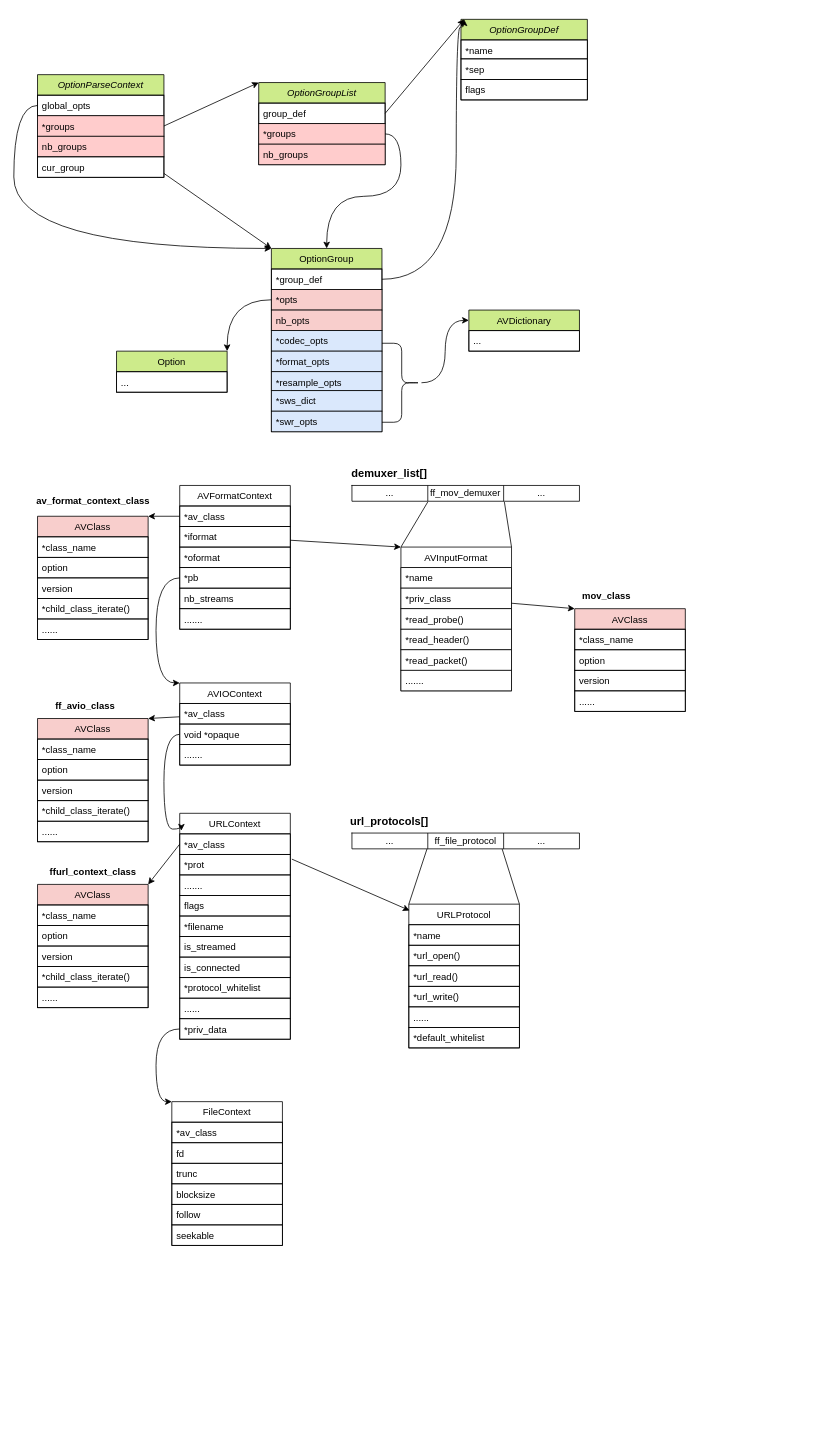
This is ffmpeg.drawio from qiaoshouxing/draw.io, a draw.io file, before an edit. Source tidied: cells renumbered, new cells numbered last; positions are measured from the earlier drawing's top-left corner, leaving out a move shared by most shapes. Both pictures are drawn from the tidied source at 79%, with x=0, y=0 at pixel (13, 19).
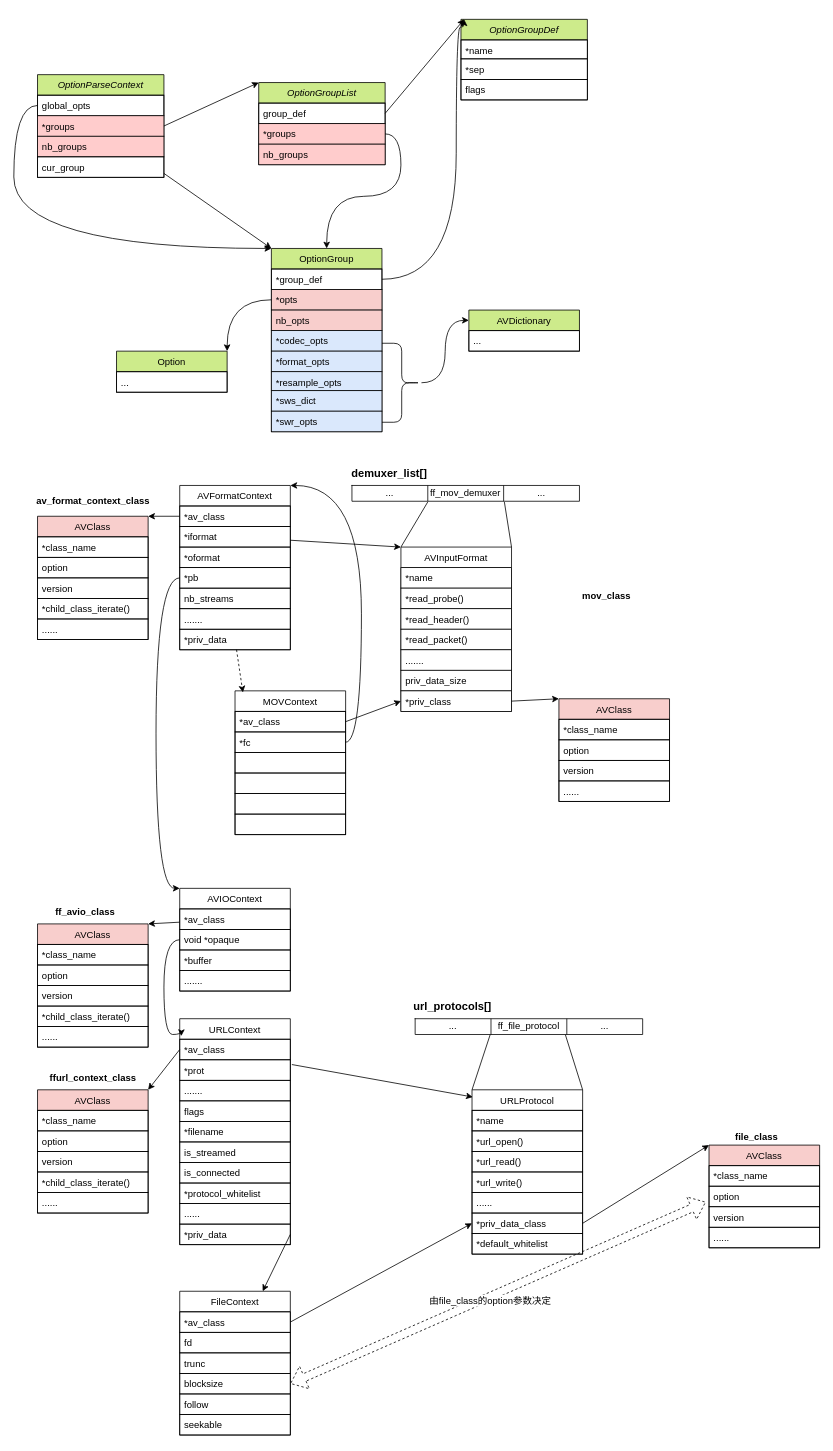
After the change.

Unchanged cells that the change refers to:
```xml
<mxCell id="47" value="*priv_data" style="text;fillColor=none;align=left;verticalAlign=top;spacingLeft=4;spacingRight=4;overflow=hidden;points=[[0,0.5],[1,0.5]];portConstraint=eastwest;strokeColor=#000000;" parent="37" vertex="1">
  <mxGeometry y="260" width="140" height="26" as="geometry" />
</mxCell>
<mxCell id="65" value="void *opaque" style="text;fillColor=none;align=left;verticalAlign=top;spacingLeft=4;spacingRight=4;overflow=hidden;points=[[0,0.5],[1,0.5]];portConstraint=eastwest;strokeColor=#000000;" parent="63" vertex="1">
  <mxGeometry y="52" width="140" height="26" as="geometry" />
</mxCell>
<mxCell id="81" value="*pb" style="text;fillColor=none;align=left;verticalAlign=top;spacingLeft=4;spacingRight=4;overflow=hidden;points=[[0,0.5],[1,0.5]];portConstraint=eastwest;strokeColor=#000000;" parent="77" vertex="1">
  <mxGeometry y="104" width="140" height="26" as="geometry" />
</mxCell>
<mxCell id="125" value="*av_class" style="text;fillColor=none;align=left;verticalAlign=top;spacingLeft=4;spacingRight=4;overflow=hidden;points=[[0,0.5],[1,0.5]];portConstraint=eastwest;strokeColor=#000000;" parent="124" vertex="1">
  <mxGeometry y="26" width="140" height="26" as="geometry" />
</mxCell>
<mxCell id="128" value="blocksize" style="text;fillColor=none;align=left;verticalAlign=top;spacingLeft=4;spacingRight=4;overflow=hidden;points=[[0,0.5],[1,0.5]];portConstraint=eastwest;strokeColor=#000000;" parent="124" vertex="1">
  <mxGeometry y="104" width="140" height="26" as="geometry" />
</mxCell>
```

The edit, as a diff of the source:
```diff
@@
     <mxCell id="37" value="URLContext" style="swimlane;fontStyle=0;horizontal=1;startSize=26;fillColor=none;" parent="1" vertex="1">
-      <mxGeometry x="210" y="1005" width="140" height="286" as="geometry" />
+      <mxGeometry x="210" y="1265" width="140" height="286" as="geometry" />
     </mxCell>
@@
     <mxCell id="48" value="URLProtocol" style="swimlane;fontStyle=0;horizontal=1;startSize=26;fillColor=none;" parent="1" vertex="1">
-      <mxGeometry x="500" y="1120" width="140" height="182" as="geometry" />
+      <mxGeometry x="580" y="1355" width="140" height="208" as="geometry" />
     </mxCell>
@@
+    <mxCell id="132" value="*priv_data_class" style="text;fillColor=none;align=left;verticalAlign=top;spacingLeft=4;spacingRight=4;overflow=hidden;points=[[0,0.5],[1,0.5]];portConstraint=eastwest;strokeColor=#000000;" parent="48" vertex="1">
+      <mxGeometry y="156" width="140" height="26" as="geometry" />
+    </mxCell>
     <mxCell id="54" value="*default_whitelist" style="text;fillColor=none;align=left;verticalAlign=top;spacingLeft=4;spacingRight=4;overflow=hidden;strokeColor=#000000;" parent="48" vertex="1">
-      <mxGeometry y="156" width="140" height="26" as="geometry" />
+      <mxGeometry y="182" width="140" height="26" as="geometry" />
     </mxCell>
@@
     <mxCell id="56" value="AVClass" style="swimlane;fontStyle=0;horizontal=1;startSize=26;fillColor=#f8cecc;" parent="1" vertex="1">
-      <mxGeometry x="30" y="1095" width="140" height="156" as="geometry" />
+      <mxGeometry x="30" y="1355" width="140" height="156" as="geometry" />
     </mxCell>
@@
     <mxCell id="63" value="AVIOContext" style="swimlane;fontStyle=0;horizontal=1;startSize=26;fillColor=none;" parent="1" vertex="1">
-      <mxGeometry x="210" y="840" width="140" height="104" as="geometry" />
+      <mxGeometry x="210" y="1100" width="140" height="130" as="geometry" />
     </mxCell>
@@
+    <mxCell id="133" value="*buffer" style="text;fillColor=none;align=left;verticalAlign=top;spacingLeft=4;spacingRight=4;overflow=hidden;strokeColor=#000000;" parent="63" vertex="1">
+      <mxGeometry y="78" width="140" height="26" as="geometry" />
+    </mxCell>
     <mxCell id="66" value="......." style="text;fillColor=none;align=left;verticalAlign=top;spacingLeft=4;spacingRight=4;overflow=hidden;strokeColor=#000000;" parent="63" vertex="1">
-      <mxGeometry y="78" width="140" height="26" as="geometry" />
+      <mxGeometry y="104" width="140" height="26" as="geometry" />
     </mxCell>
     <mxCell id="67" style="edgeStyle=orthogonalEdgeStyle;rounded=0;jettySize=auto;html=1;entryX=0.014;entryY=0.077;entryDx=0;entryDy=0;entryPerimeter=0;exitX=0;exitY=0.5;exitDx=0;exitDy=0;curved=1;" parent="1" edge="1" source="65" target="37">
       <mxGeometry relative="1" as="geometry">
         <Array as="points">
-          <mxPoint x="190" y="905" />
-          <mxPoint x="190" y="1025" />
+          <mxPoint x="190" y="1165" />
+          <mxPoint x="190" y="1285" />
         </Array>
       </mxGeometry>
     </mxCell>
     <mxCell id="68" value="AVClass" style="swimlane;fontStyle=0;horizontal=1;startSize=26;fillColor=#f8cecc;" parent="1" vertex="1">
-      <mxGeometry x="30" y="885" width="140" height="156" as="geometry" />
+      <mxGeometry x="30" y="1145" width="140" height="156" as="geometry" />
     </mxCell>
@@
     <mxCell id="75" value="ff_avio_class" style="text;html=1;align=center;verticalAlign=middle;fontStyle=1;" parent="1" vertex="1">
-      <mxGeometry x="45" y="860" width="90" height="20" as="geometry" />
+      <mxGeometry x="45" y="1120" width="90" height="20" as="geometry" />
     </mxCell>
     <mxCell id="76" value="ffurl_context_class" style="text;html=1;align=center;verticalAlign=middle;fontStyle=1;" parent="1" vertex="1">
-      <mxGeometry x="40" y="1070" width="120" height="20" as="geometry" />
+      <mxGeometry x="40" y="1330" width="120" height="20" as="geometry" />
     </mxCell>
     <mxCell id="77" value="AVFormatContext" style="swimlane;fontStyle=0;horizontal=1;startSize=26;fillColor=none;" parent="1" vertex="1">
-      <mxGeometry x="210" y="590" width="140" height="182" as="geometry" />
+      <mxGeometry x="210" y="590" width="140" height="208" as="geometry" />
     </mxCell>
@@
+    <mxCell id="134" value="*priv_data" style="text;fillColor=none;align=left;verticalAlign=top;spacingLeft=4;spacingRight=4;overflow=hidden;points=[[0,0.5],[1,0.5]];portConstraint=eastwest;strokeColor=#000000;" parent="77" vertex="1">
+      <mxGeometry y="182" width="140" height="26" as="geometry" />
+    </mxCell>
     <mxCell id="84" style="edgeStyle=orthogonalEdgeStyle;rounded=0;jettySize=auto;html=1;entryX=0;entryY=0;entryDx=0;entryDy=0;exitX=0;exitY=0.5;exitDx=0;exitDy=0;curved=1;" parent="1" edge="1" source="81" target="63">
       <mxGeometry relative="1" as="geometry">
         <Array as="points">
           <mxPoint x="180" y="707" />
-          <mxPoint x="180" y="840" />
+          <mxPoint x="180" y="1100" />
         </Array>
       </mxGeometry>
     </mxCell>
     <mxCell id="85" value="AVInputFormat" style="swimlane;fontStyle=0;horizontal=1;startSize=26;" parent="1" vertex="1">
-      <mxGeometry x="490" y="668" width="140" height="182" as="geometry" />
+      <mxGeometry x="490" y="668" width="140" height="208" as="geometry" />
     </mxCell>
@@
-    <mxCell id="87" value="*priv_class" style="text;align=left;verticalAlign=top;spacingLeft=4;spacingRight=4;overflow=hidden;points=[[0,0.5],[1,0.5]];portConstraint=eastwest;fillColor=#ffffff;strokeColor=#000000;" parent="85" vertex="1">
-      <mxGeometry y="52" width="140" height="26" as="geometry" />
-    </mxCell>
     <mxCell id="88" value="*read_probe()" style="text;align=left;verticalAlign=top;spacingLeft=4;spacingRight=4;overflow=hidden;fillColor=#ffffff;strokeColor=#000000;" parent="85" vertex="1">
-      <mxGeometry y="78" width="140" height="26" as="geometry" />
+      <mxGeometry y="52" width="140" height="26" as="geometry" />
     </mxCell>
     <mxCell id="89" value="*read_header()" style="text;align=left;verticalAlign=top;spacingLeft=4;spacingRight=4;overflow=hidden;fillColor=#ffffff;strokeColor=#000000;" parent="85" vertex="1">
-      <mxGeometry y="104" width="140" height="26" as="geometry" />
+      <mxGeometry y="78" width="140" height="26" as="geometry" />
     </mxCell>
     <mxCell id="90" value="*read_packet()" style="text;align=left;verticalAlign=top;spacingLeft=4;spacingRight=4;overflow=hidden;fillColor=#ffffff;strokeColor=#000000;" parent="85" vertex="1">
-      <mxGeometry y="130" width="140" height="26" as="geometry" />
+      <mxGeometry y="104" width="140" height="26" as="geometry" />
     </mxCell>
     <mxCell id="91" value="......." style="text;align=left;verticalAlign=top;spacingLeft=4;spacingRight=4;overflow=hidden;fillColor=#ffffff;strokeColor=#000000;" parent="85" vertex="1">
-      <mxGeometry y="156" width="140" height="26" as="geometry" />
+      <mxGeometry y="130" width="140" height="26" as="geometry" />
     </mxCell>
+    <mxCell id="135" value="priv_data_size" style="text;align=left;verticalAlign=top;spacingLeft=4;spacingRight=4;overflow=hidden;fillColor=#ffffff;strokeColor=#000000;" parent="85" vertex="1">
+      <mxGeometry y="156" width="140" height="26" as="geometry" />
+    </mxCell>
+    <mxCell id="87" value="*priv_class" style="text;align=left;verticalAlign=top;spacingLeft=4;spacingRight=4;overflow=hidden;points=[[0,0.5],[1,0.5]];portConstraint=eastwest;fillColor=#ffffff;strokeColor=#000000;" parent="85" vertex="1">
+      <mxGeometry y="182" width="140" height="26" as="geometry" />
+    </mxCell>
@@
     <mxCell id="93" value="AVClass" style="swimlane;fontStyle=0;horizontal=1;startSize=26;fillColor=#f8cecc;" parent="1" vertex="1">
-      <mxGeometry x="710" y="746" width="140" height="130" as="geometry" />
+      <mxGeometry x="690" y="860" width="140" height="130" as="geometry" />
     </mxCell>
@@
-    <mxCell id="98" style="edgeStyle=none;rounded=0;jettySize=auto;html=1;entryX=0;entryY=0;entryDx=0;entryDy=0;" parent="1" edge="1" source="87" target="93">
+    <mxCell id="98" style="edgeStyle=none;rounded=0;jettySize=auto;html=1;entryX=0;entryY=0;entryDx=0;entryDy=0;exitX=1;exitY=0.5;exitDx=0;exitDy=0;" parent="1" edge="1" source="87" target="93">
       <mxGeometry relative="1" as="geometry" />
     </mxCell>
@@
     <mxCell id="116" style="shape=table;html=1;whiteSpace=wrap;startSize=0;childLayout=tableLayout;fillColor=#ffffff;" parent="1" vertex="1">
-      <mxGeometry x="428" y="1030" width="288" height="20" as="geometry" />
+      <mxGeometry x="508" y="1265" width="288" height="20" as="geometry" />
     </mxCell>
@@
     <mxCell id="121" value="url_protocols[]" style="text;html=1;align=center;verticalAlign=middle;fontStyle=1;fontSize=14;" parent="1" vertex="1">
-      <mxGeometry x="420" y="1005" width="110" height="20" as="geometry" />
+      <mxGeometry x="500" y="1240" width="110" height="20" as="geometry" />
     </mxCell>
@@
     <mxCell id="124" value="FileContext" style="swimlane;fontStyle=0;horizontal=1;startSize=26;fillColor=none;" parent="1" vertex="1">
-      <mxGeometry x="200" y="1370" width="140" height="182" as="geometry" />
+      <mxGeometry x="210" y="1610" width="140" height="182" as="geometry" />
     </mxCell>
@@
+    <mxCell id="136" value="AVClass" style="swimlane;fontStyle=0;horizontal=1;startSize=26;fillColor=#f8cecc;" parent="1" vertex="1">
+      <mxGeometry x="880" y="1425" width="140" height="130" as="geometry" />
+    </mxCell>
+    <mxCell id="137" value="*class_name" style="text;fillColor=none;align=left;verticalAlign=top;spacingLeft=4;spacingRight=4;overflow=hidden;strokeColor=#000000;" parent="136" vertex="1">
+      <mxGeometry y="26" width="140" height="26" as="geometry" />
+    </mxCell>
+    <mxCell id="138" value="option" style="text;fillColor=none;align=left;verticalAlign=top;spacingLeft=4;spacingRight=4;overflow=hidden;points=[[0,0.5],[1,0.5]];portConstraint=eastwest;strokeColor=#000000;" parent="136" vertex="1">
+      <mxGeometry y="52" width="140" height="26" as="geometry" />
+    </mxCell>
+    <mxCell id="139" value="version" style="text;fillColor=none;align=left;verticalAlign=top;spacingLeft=4;spacingRight=4;overflow=hidden;strokeColor=#000000;" parent="136" vertex="1">
+      <mxGeometry y="78" width="140" height="26" as="geometry" />
+    </mxCell>
+    <mxCell id="140" value="......" style="text;fillColor=none;align=left;verticalAlign=top;spacingLeft=4;spacingRight=4;overflow=hidden;strokeColor=#000000;" parent="136" vertex="1">
+      <mxGeometry y="104" width="140" height="26" as="geometry" />
+    </mxCell>
+    <mxCell id="141" style="rounded=0;jettySize=auto;html=1;entryX=0;entryY=0;entryDx=0;entryDy=0;startArrow=none;startFill=0;endArrow=classic;endFill=1;strokeColor=#000000;fontSize=12;exitX=1;exitY=0.5;exitDx=0;exitDy=0;" parent="1" edge="1" source="132" target="136">
+      <mxGeometry relative="1" as="geometry" />
+    </mxCell>
+    <mxCell id="142" value="file_class" style="text;html=1;align=center;verticalAlign=middle;fontSize=12;fontStyle=1;" parent="1" vertex="1">
+      <mxGeometry x="905" y="1405" width="70" height="20" as="geometry" />
+    </mxCell>
-    <mxCell id="131" style="edgeStyle=orthogonalEdgeStyle;rounded=0;jettySize=auto;html=1;entryX=0;entryY=0;entryDx=0;entryDy=0;startArrow=none;startFill=0;endArrow=classic;endFill=1;strokeColor=#000000;fontSize=12;exitX=0;exitY=0.5;exitDx=0;exitDy=0;curved=1;" parent="1" edge="1" source="47" target="124">
-      <mxGeometry relative="1" as="geometry">
-        <Array as="points">
-          <mxPoint x="180" y="1278" />
-          <mxPoint x="180" y="1370" />
-        </Array>
-      </mxGeometry>
+    <mxCell id="131" style="edgeStyle=none;rounded=0;jettySize=auto;html=1;entryX=0.75;entryY=0;entryDx=0;entryDy=0;startArrow=none;startFill=0;endArrow=classic;endFill=1;strokeColor=#000000;fontSize=12;exitX=1;exitY=0.5;exitDx=0;exitDy=0;" parent="1" edge="1" source="47" target="124">
+      <mxGeometry relative="1" as="geometry" />
     </mxCell>
+    <mxCell id="143" style="edgeStyle=none;rounded=0;jettySize=auto;html=1;entryX=0;entryY=0.5;entryDx=0;entryDy=0;startArrow=none;startFill=0;endArrow=classic;endFill=1;strokeColor=#000000;fontSize=12;exitX=1;exitY=0.5;exitDx=0;exitDy=0;" parent="1" edge="1" source="125" target="132">
+      <mxGeometry relative="1" as="geometry" />
+    </mxCell>
+    <mxCell id="144" style="shape=flexArrow;endArrow=classic;startArrow=classic;html=1;strokeColor=#000000;fontSize=12;exitX=1;exitY=0.5;exitDx=0;exitDy=0;entryX=-0.029;entryY=0.769;entryDx=0;entryDy=0;entryPerimeter=0;dashed=1;" parent="1" edge="1" source="128" target="138">
+      <mxGeometry relative="1" as="geometry" />
+    </mxCell>
+    <mxCell id="145" value="由file_class的option参数决定" style="edgeLabel;html=1;align=center;verticalAlign=middle;fontSize=12;" parent="144" vertex="1">
+      <mxGeometry x="-0.05" y="-4" relative="1" as="geometry">
+        <mxPoint x="1" as="offset" />
+      </mxGeometry>
+    </mxCell>
+    <mxCell id="146" style="edgeStyle=none;rounded=0;jettySize=auto;html=1;dashed=1;startArrow=none;startFill=0;endArrow=classic;endFill=1;strokeColor=#000000;fontSize=12;entryX=0.071;entryY=0.011;entryDx=0;entryDy=0;entryPerimeter=0;" parent="1" edge="1" source="134" target="147">
+      <mxGeometry relative="1" as="geometry" />
+    </mxCell>
+    <mxCell id="147" value="MOVContext" style="swimlane;fontStyle=0;horizontal=1;startSize=26;fillColor=none;" parent="1" vertex="1">
+      <mxGeometry x="280" y="850" width="140" height="182" as="geometry" />
+    </mxCell>
+    <mxCell id="148" value="*av_class" style="text;fillColor=none;align=left;verticalAlign=top;spacingLeft=4;spacingRight=4;overflow=hidden;points=[[0,0.5],[1,0.5]];portConstraint=eastwest;strokeColor=#000000;" parent="147" vertex="1">
+      <mxGeometry y="26" width="140" height="26" as="geometry" />
+    </mxCell>
+    <mxCell id="149" value="*fc" style="text;fillColor=none;align=left;verticalAlign=top;spacingLeft=4;spacingRight=4;overflow=hidden;points=[[0,0.5],[1,0.5]];portConstraint=eastwest;strokeColor=#000000;" parent="147" vertex="1">
+      <mxGeometry y="52" width="140" height="26" as="geometry" />
+    </mxCell>
+    <mxCell id="150" style="text;fillColor=none;align=left;verticalAlign=top;spacingLeft=4;spacingRight=4;overflow=hidden;strokeColor=#000000;" parent="147" vertex="1">
+      <mxGeometry y="78" width="140" height="26" as="geometry" />
+    </mxCell>
+    <mxCell id="151" style="text;fillColor=none;align=left;verticalAlign=top;spacingLeft=4;spacingRight=4;overflow=hidden;strokeColor=#000000;" parent="147" vertex="1">
+      <mxGeometry y="104" width="140" height="26" as="geometry" />
+    </mxCell>
+    <mxCell id="152" style="text;fillColor=none;align=left;verticalAlign=top;spacingLeft=4;spacingRight=4;overflow=hidden;strokeColor=#000000;" parent="147" vertex="1">
+      <mxGeometry y="130" width="140" height="26" as="geometry" />
+    </mxCell>
+    <mxCell id="153" style="text;fillColor=none;align=left;verticalAlign=top;spacingLeft=4;spacingRight=4;overflow=hidden;strokeColor=#000000;" parent="147" vertex="1">
+      <mxGeometry y="156" width="140" height="26" as="geometry" />
+    </mxCell>
+    <mxCell id="154" style="edgeStyle=none;rounded=0;jettySize=auto;html=1;entryX=0;entryY=0.5;entryDx=0;entryDy=0;startArrow=none;startFill=0;endArrow=classic;endFill=1;strokeColor=#000000;fontSize=12;exitX=1;exitY=0.5;exitDx=0;exitDy=0;" parent="1" edge="1" source="148" target="87">
+      <mxGeometry relative="1" as="geometry" />
+    </mxCell>
+    <mxCell id="155" style="edgeStyle=orthogonalEdgeStyle;rounded=0;jettySize=auto;html=1;entryX=1;entryY=0;entryDx=0;entryDy=0;startArrow=none;startFill=0;endArrow=classic;endFill=1;strokeColor=#000000;fontSize=12;curved=1;exitX=1;exitY=0.5;exitDx=0;exitDy=0;" parent="1" edge="1" source="149" target="77">
+      <mxGeometry relative="1" as="geometry">
+        <Array as="points">
+          <mxPoint x="440" y="915" />
+          <mxPoint x="440" y="590" />
+        </Array>
+      </mxGeometry>
+    </mxCell>
```
